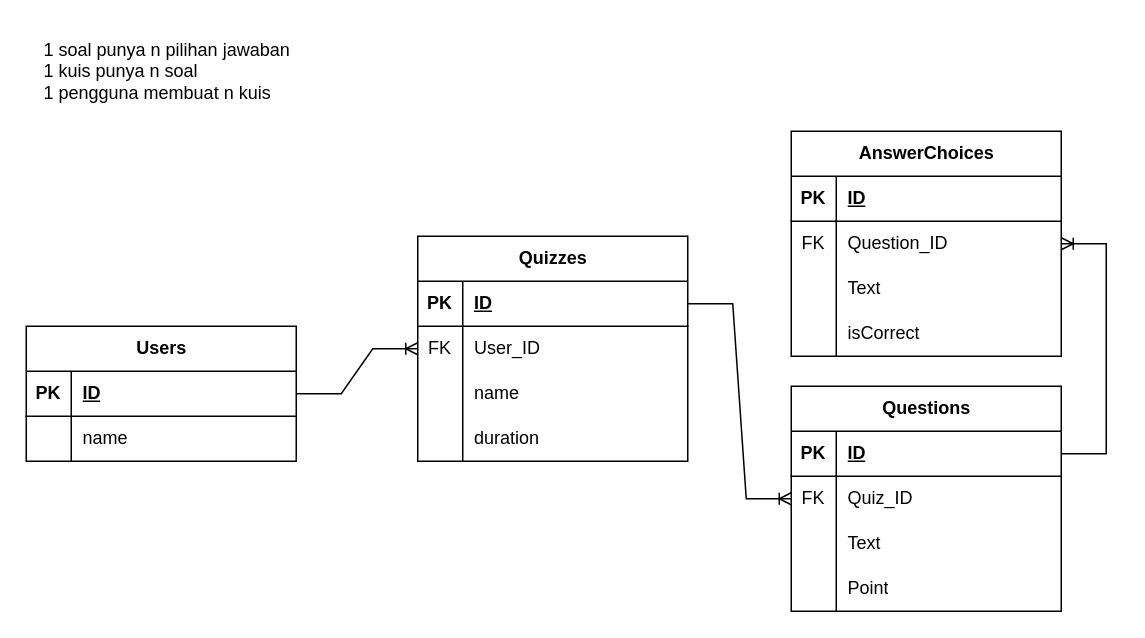
Earlier version of the draw.io diagram misc/quizSchema.drawio (Yuquiz/Yuquiz-BE). Source tidied: cells renumbered, new cells numbered last; positions are measured from the earlier drawing's top-left corner, leaving out a move shared by most shapes. Both pictures are drawn from the tidied source at 150%, with x=0, y=0 at pixel (26, 26).
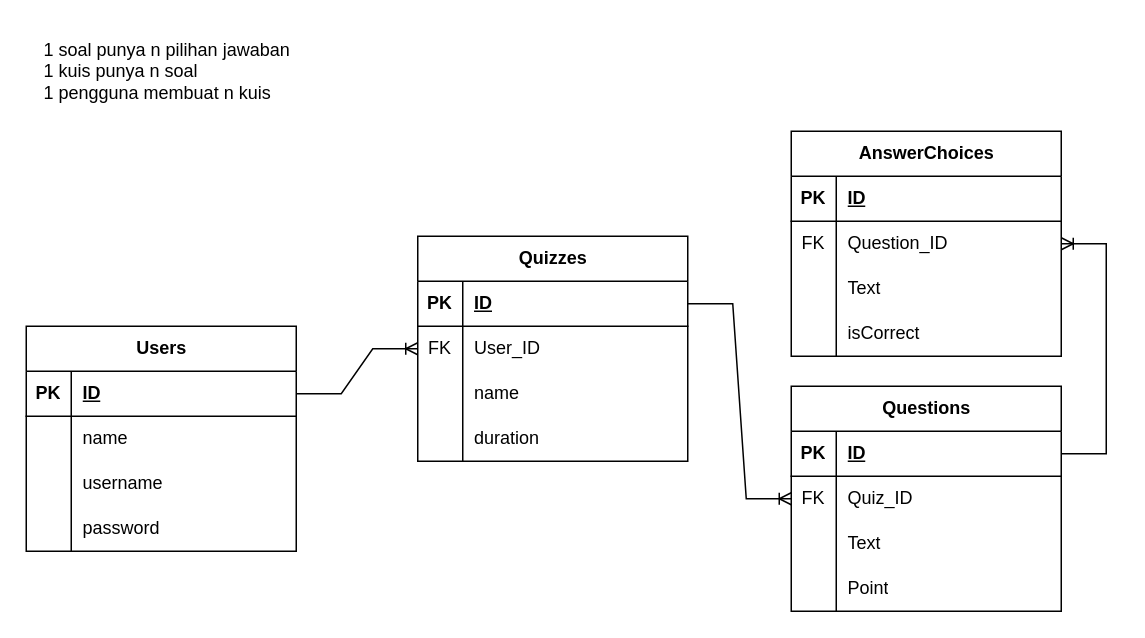
The same page after the edit.

The edit, as a diff of the source:
```diff
@@
     <mxCell id="42" value="Users" style="shape=table;startSize=30;childLayout=tableLayout;rowLines=0;fontStyle=1;align=center;html=1;" parent="1" vertex="1">
-      <mxGeometry y="200" width="180" height="90" as="geometry" />
+      <mxGeometry y="200" width="180" height="150" as="geometry" />
     </mxCell>
@@
+    <mxCell id="52" style="shape=tableRow;horizontal=0;startSize=0;swimlaneHead=0;swimlaneBody=0;fillColor=none;top=0;left=0;right=0;bottom=0;" parent="42" vertex="1">
+      <mxGeometry y="90" width="180" height="30" as="geometry" />
+    </mxCell>
+    <mxCell id="53" style="shape=partialRectangle;fillColor=none;top=0;left=0;bottom=0;right=0;overflow=hidden;whiteSpace=wrap;html=1;" parent="52" vertex="1">
+      <mxGeometry width="30" height="30" as="geometry" />
+    </mxCell>
+    <mxCell id="54" value="username" style="shape=partialRectangle;fillColor=none;top=0;left=0;bottom=0;right=0;align=left;spacingLeft=6;overflow=hidden;whiteSpace=wrap;html=1;" parent="52" vertex="1">
+      <mxGeometry x="30" width="150" height="30" as="geometry" />
+    </mxCell>
+    <mxCell id="55" style="shape=tableRow;horizontal=0;startSize=0;swimlaneHead=0;swimlaneBody=0;fillColor=none;top=0;left=0;right=0;bottom=0;" parent="42" vertex="1">
+      <mxGeometry y="120" width="180" height="30" as="geometry" />
+    </mxCell>
+    <mxCell id="56" style="shape=partialRectangle;fillColor=none;top=0;left=0;bottom=0;right=0;overflow=hidden;whiteSpace=wrap;html=1;" parent="55" vertex="1">
+      <mxGeometry width="30" height="30" as="geometry" />
+    </mxCell>
+    <mxCell id="57" value="password" style="shape=partialRectangle;fillColor=none;top=0;left=0;bottom=0;right=0;align=left;spacingLeft=6;overflow=hidden;whiteSpace=wrap;html=1;" parent="55" vertex="1">
+      <mxGeometry x="30" width="150" height="30" as="geometry" />
+    </mxCell>
```
